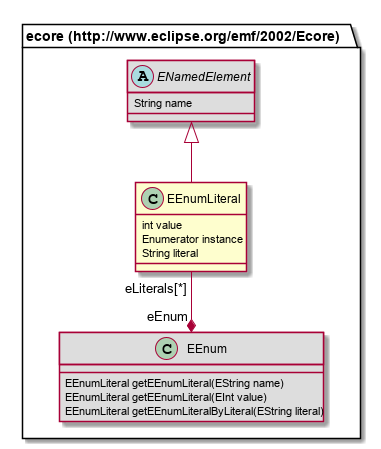
Above: repository/src/site/resources/model-doc/687474703a2f2f7777772e65636c697073652e6f72672f656d662f323030322f45636f7265/EEnumLiteral.png in Nasdanika/html (PlantUML), before the change.
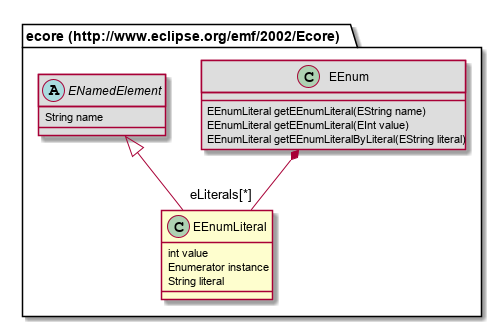
The same diagram one commit later.

Diff of the diagram source:
```diff
@@ -4,14 +4,14 @@
 	Enumerator instance
 	String literal
 }
-abstract class "ecore (http://www.eclipse.org/emf/2002/Ecore).ENamedElement" [[#router/doc-content/687474703a2f2f7777772e65636c697073652e6f72672f656d662f323030322f45636f7265/ENamedElement.html]] #DDDDDD {
-	String name
-}
 class "ecore (http://www.eclipse.org/emf/2002/Ecore).EEnum" [[#router/doc-content/687474703a2f2f7777772e65636c697073652e6f72672f656d662f323030322f45636f7265/EEnum.html]] #DDDDDD {
 	EEnumLiteral getEEnumLiteral(EString name)
 	EEnumLiteral getEEnumLiteral(EInt value)
 	EEnumLiteral getEEnumLiteralByLiteral(EString literal)
 }
+abstract class "ecore (http://www.eclipse.org/emf/2002/Ecore).ENamedElement" [[#router/doc-content/687474703a2f2f7777772e65636c697073652e6f72672f656d662f323030322f45636f7265/ENamedElement.html]] #DDDDDD {
+	String name
+}
 "ecore (http://www.eclipse.org/emf/2002/Ecore).ENamedElement" <|-- "ecore (http://www.eclipse.org/emf/2002/Ecore).EEnumLiteral"
-"ecore (http://www.eclipse.org/emf/2002/Ecore).EEnumLiteral" "eLiterals[*]" --* "eEnum" "ecore (http://www.eclipse.org/emf/2002/Ecore).EEnum"
+"ecore (http://www.eclipse.org/emf/2002/Ecore).EEnum" *-- "eLiterals[*]" "ecore (http://www.eclipse.org/emf/2002/Ecore).EEnumLiteral"
 @enduml
```
